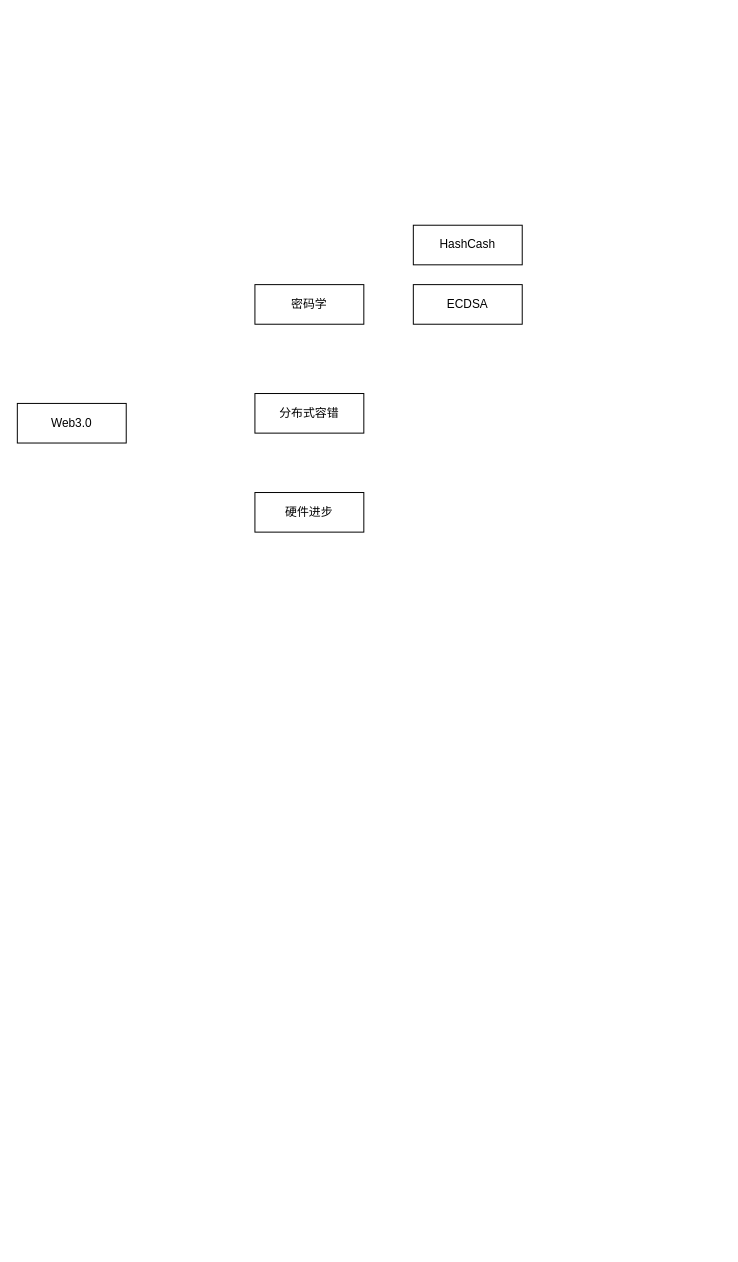
This is Web3.0.drawio from haoboliu66/Diagram, a draw.io file, before an edit. Source tidied: cells renumbered, new cells numbered last; positions are measured from the earlier drawing's top-left corner, leaving out a move shared by most shapes. Both pictures are drawn from the tidied source at 99%, with x=0, y=0 at pixel (17, 225).
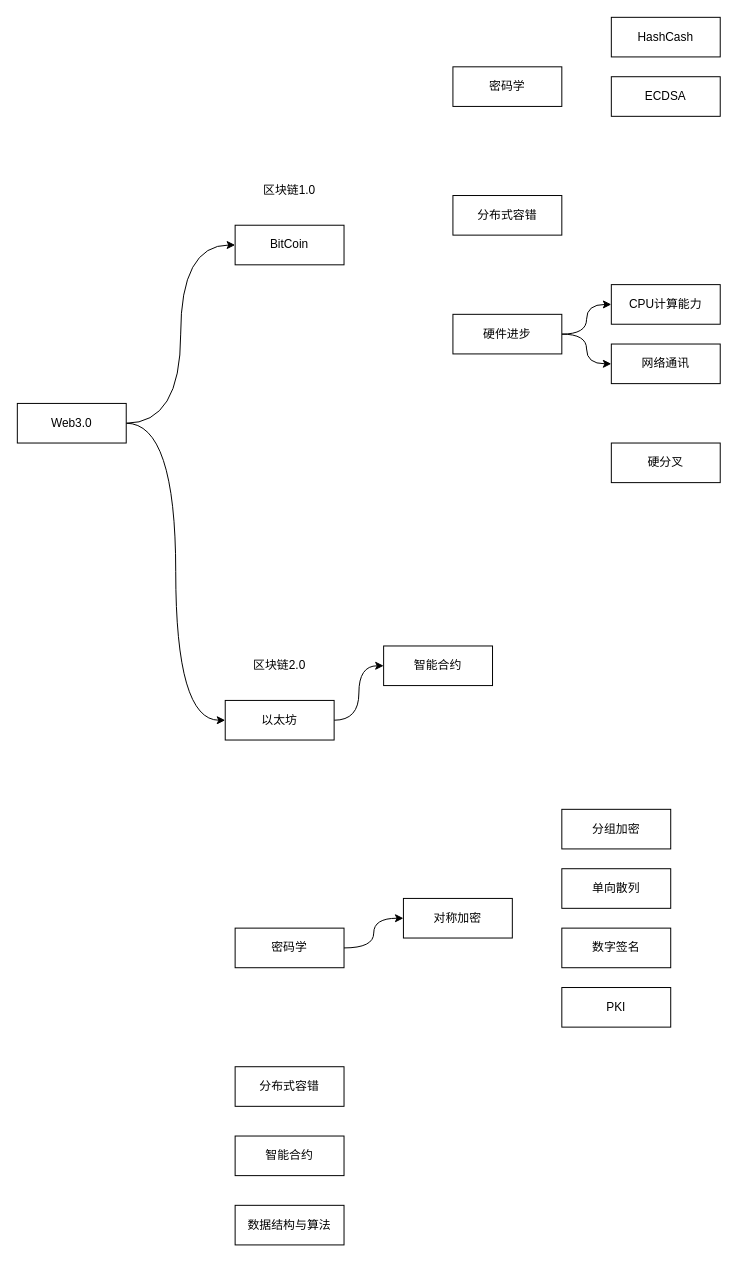
Above is the later version.

Unchanged cells that the change refers to:
```xml
<mxCell id="2" value="Web3.0" style="rounded=0;whiteSpace=wrap;html=1;" parent="1" vertex="1">
  <mxGeometry y="180" width="110" height="40" as="geometry" />
</mxCell>
```

Change to the diagram source:
```diff
@@
+    <mxCell id="8" style="edgeStyle=orthogonalEdgeStyle;curved=1;rounded=0;jettySize=auto;html=1;entryX=0;entryY=0.5;entryDx=0;entryDy=0;elbow=vertical;" parent="1" edge="1" source="2" target="16">
+      <mxGeometry relative="1" as="geometry" />
+    </mxCell>
+    <mxCell id="9" style="edgeStyle=orthogonalEdgeStyle;curved=1;rounded=0;jettySize=auto;html=1;entryX=0;entryY=0.5;entryDx=0;entryDy=0;elbow=vertical;" parent="1" edge="1" source="2" target="17">
+      <mxGeometry relative="1" as="geometry" />
+    </mxCell>
@@
     <mxCell id="3" value="密码学" style="rounded=0;whiteSpace=wrap;html=1;" parent="1" vertex="1">
-      <mxGeometry x="240" y="60" width="110" height="40" as="geometry" />
+      <mxGeometry x="440" y="-160" width="110" height="40" as="geometry" />
     </mxCell>
     <mxCell id="4" value="分布式容错" style="rounded=0;whiteSpace=wrap;html=1;" parent="1" vertex="1">
-      <mxGeometry x="240" y="170" width="110" height="40" as="geometry" />
+      <mxGeometry x="440" y="-30" width="110" height="40" as="geometry" />
     </mxCell>
+    <mxCell id="10" style="edgeStyle=orthogonalEdgeStyle;rounded=0;jettySize=auto;html=1;entryX=0;entryY=0.5;entryDx=0;entryDy=0;elbow=vertical;curved=1;" parent="1" edge="1" source="5" target="12">
+      <mxGeometry relative="1" as="geometry" />
+    </mxCell>
+    <mxCell id="11" style="edgeStyle=orthogonalEdgeStyle;curved=1;rounded=0;jettySize=auto;html=1;entryX=0;entryY=0.5;entryDx=0;entryDy=0;elbow=vertical;" parent="1" edge="1" source="5" target="13">
+      <mxGeometry relative="1" as="geometry" />
+    </mxCell>
     <mxCell id="5" value="硬件进步" style="rounded=0;whiteSpace=wrap;html=1;" parent="1" vertex="1">
-      <mxGeometry x="240" y="270" width="110" height="40" as="geometry" />
+      <mxGeometry x="440" y="90" width="110" height="40" as="geometry" />
     </mxCell>
     <mxCell id="6" value="HashCash" style="rounded=0;whiteSpace=wrap;html=1;" parent="1" vertex="1">
-      <mxGeometry x="400" width="110" height="40" as="geometry" />
+      <mxGeometry x="600" y="-210" width="110" height="40" as="geometry" />
     </mxCell>
     <mxCell id="7" value="ECDSA" style="rounded=0;whiteSpace=wrap;html=1;" parent="1" vertex="1">
-      <mxGeometry x="400" y="60" width="110" height="40" as="geometry" />
+      <mxGeometry x="600" y="-150" width="110" height="40" as="geometry" />
     </mxCell>
+    <mxCell id="12" value="CPU计算能力" style="rounded=0;whiteSpace=wrap;html=1;" parent="1" vertex="1">
+      <mxGeometry x="600" y="60" width="110" height="40" as="geometry" />
+    </mxCell>
+    <mxCell id="13" value="网络通讯" style="rounded=0;whiteSpace=wrap;html=1;" parent="1" vertex="1">
+      <mxGeometry x="600" y="120" width="110" height="40" as="geometry" />
+    </mxCell>
+    <mxCell id="14" value="硬分叉" style="rounded=0;whiteSpace=wrap;html=1;" parent="1" vertex="1">
+      <mxGeometry x="600" y="220" width="110" height="40" as="geometry" />
+    </mxCell>
+    <mxCell id="15" style="edgeStyle=orthogonalEdgeStyle;curved=1;rounded=0;jettySize=auto;html=1;entryX=0;entryY=0.5;entryDx=0;entryDy=0;elbow=vertical;" parent="1" edge="1" source="16" target="18">
+      <mxGeometry relative="1" as="geometry" />
+    </mxCell>
+    <mxCell id="16" value="以太坊" style="rounded=0;whiteSpace=wrap;html=1;" parent="1" vertex="1">
+      <mxGeometry x="210" y="480" width="110" height="40" as="geometry" />
+    </mxCell>
+    <mxCell id="17" value="BitCoin" style="rounded=0;whiteSpace=wrap;html=1;" parent="1" vertex="1">
+      <mxGeometry x="220" width="110" height="40" as="geometry" />
+    </mxCell>
+    <mxCell id="18" value="智能合约" style="rounded=0;whiteSpace=wrap;html=1;" parent="1" vertex="1">
+      <mxGeometry x="370" y="425" width="110" height="40" as="geometry" />
+    </mxCell>
+    <mxCell id="19" value="区块链1.0" style="text;html=1;strokeColor=none;fillColor=none;align=center;verticalAlign=middle;whiteSpace=wrap;rounded=0;" parent="1" vertex="1">
+      <mxGeometry x="245" y="-50" width="60" height="30" as="geometry" />
+    </mxCell>
+    <mxCell id="20" value="区块链2.0" style="text;html=1;strokeColor=none;fillColor=none;align=center;verticalAlign=middle;whiteSpace=wrap;rounded=0;" parent="1" vertex="1">
+      <mxGeometry x="235" y="430" width="60" height="30" as="geometry" />
+    </mxCell>
+    <mxCell id="21" style="edgeStyle=orthogonalEdgeStyle;curved=1;rounded=0;jettySize=auto;html=1;entryX=0;entryY=0.5;entryDx=0;entryDy=0;elbow=vertical;" parent="1" edge="1" source="22" target="26">
+      <mxGeometry relative="1" as="geometry" />
+    </mxCell>
+    <mxCell id="22" value="密码学" style="rounded=0;whiteSpace=wrap;html=1;" parent="1" vertex="1">
+      <mxGeometry x="220" y="710" width="110" height="40" as="geometry" />
+    </mxCell>
+    <mxCell id="23" value="分布式容错" style="rounded=0;whiteSpace=wrap;html=1;" parent="1" vertex="1">
+      <mxGeometry x="220" y="850" width="110" height="40" as="geometry" />
+    </mxCell>
+    <mxCell id="24" value="智能合约" style="rounded=0;whiteSpace=wrap;html=1;" parent="1" vertex="1">
+      <mxGeometry x="220" y="920" width="110" height="40" as="geometry" />
+    </mxCell>
+    <mxCell id="25" value="数据结构与算法" style="rounded=0;whiteSpace=wrap;html=1;" parent="1" vertex="1">
+      <mxGeometry x="220" y="990" width="110" height="40" as="geometry" />
+    </mxCell>
+    <mxCell id="26" value="对称加密" style="rounded=0;whiteSpace=wrap;html=1;" parent="1" vertex="1">
+      <mxGeometry x="390" y="680" width="110" height="40" as="geometry" />
+    </mxCell>
+    <mxCell id="27" value="单向散列" style="rounded=0;whiteSpace=wrap;html=1;" parent="1" vertex="1">
+      <mxGeometry x="550" y="650" width="110" height="40" as="geometry" />
+    </mxCell>
+    <mxCell id="28" value="分组加密" style="rounded=0;whiteSpace=wrap;html=1;" parent="1" vertex="1">
+      <mxGeometry x="550" y="590" width="110" height="40" as="geometry" />
+    </mxCell>
+    <mxCell id="29" value="数字签名" style="rounded=0;whiteSpace=wrap;html=1;" parent="1" vertex="1">
+      <mxGeometry x="550" y="710" width="110" height="40" as="geometry" />
+    </mxCell>
+    <mxCell id="30" value="PKI" style="rounded=0;whiteSpace=wrap;html=1;" parent="1" vertex="1">
+      <mxGeometry x="550" y="770" width="110" height="40" as="geometry" />
+    </mxCell>
```
